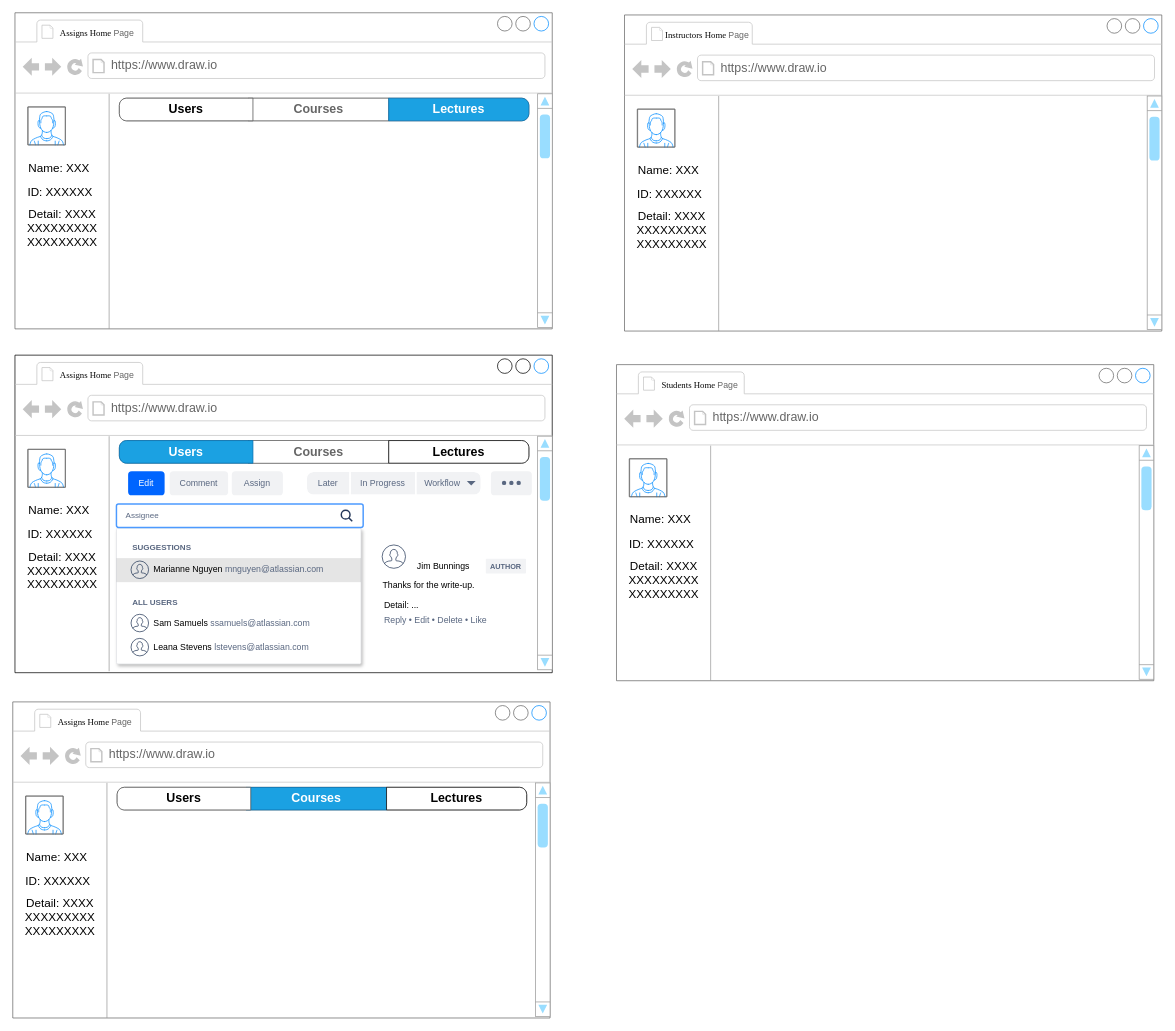
Before: CW1-Assigns.drawio in Echo-xin/Echo-xin, a draw.io diagram. Source tidied: cells renumbered, new cells numbered last; positions are measured from the earlier drawing's top-left corner, leaving out a move shared by most shapes. Both pictures are drawn from the tidied source at 73%, with x=0, y=0 at pixel (12, 12).
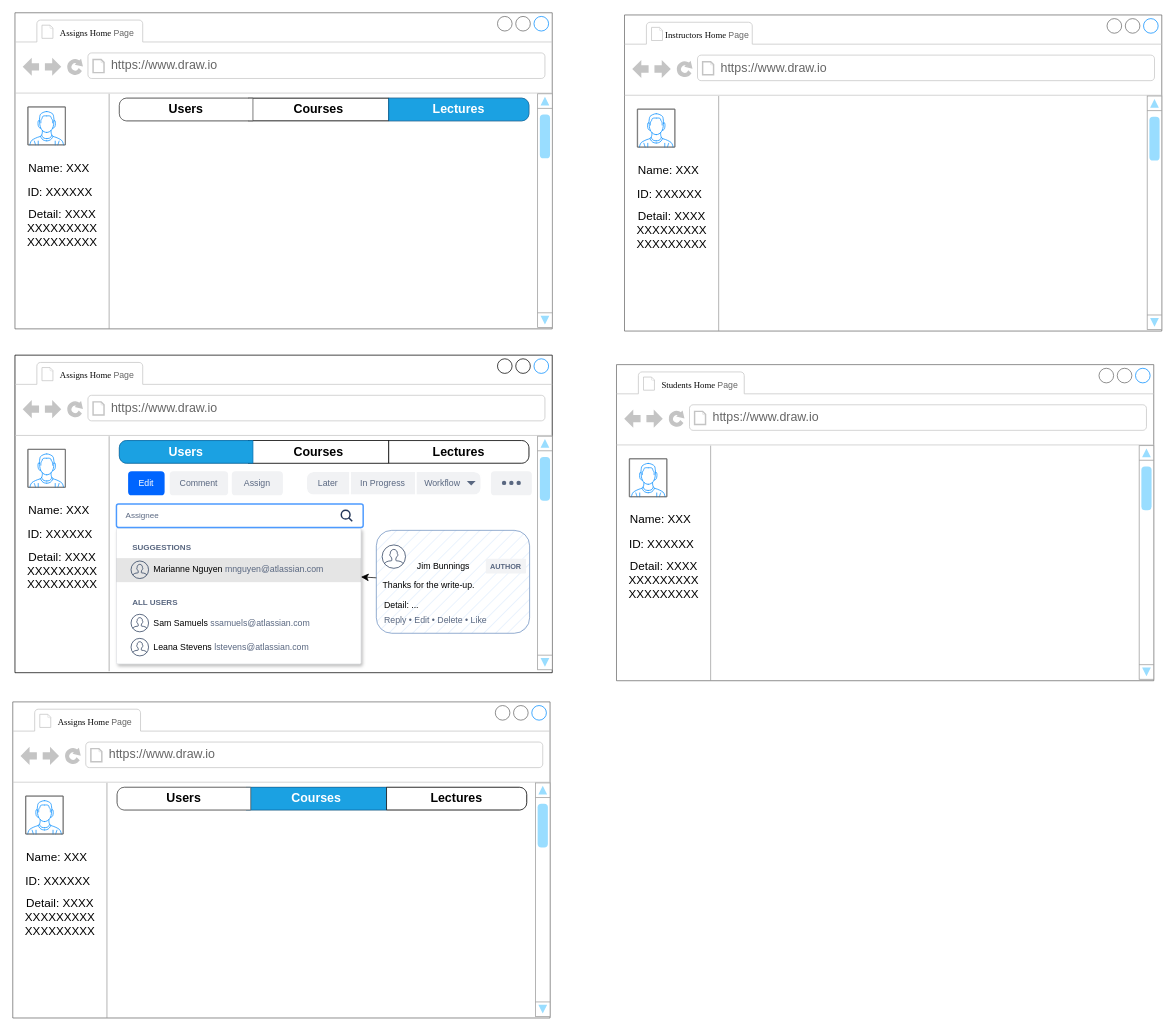
The same diagram, later.

Unchanged cells that the change refers to:
```xml
<mxCell id="11" style="strokeWidth=1;shadow=0;dashed=0;align=center;html=1;shape=mxgraph.mockup.rrect;rSize=10;fillColor=#ffffff;strokeColor=#666666;" parent="2" vertex="1">
  <mxGeometry x="143" y="117" width="561" height="31" as="geometry" />
</mxCell>
<mxCell id="33" style="strokeWidth=1;shadow=0;dashed=0;align=center;html=1;shape=mxgraph.mockup.containers.browserWindow;rSize=0;strokeColor2=#008cff;strokeColor3=#c4c4c4;mainText=,;" parent="1" vertex="1">
  <mxGeometry x="3" y="469" width="736" height="435" as="geometry" />
</mxCell>
<mxCell id="42" style="strokeWidth=1;shadow=0;dashed=0;align=center;html=1;shape=mxgraph.mockup.rrect;rSize=10;fillColor=#ffffff;strokeColor=#666666;" parent="33" vertex="1">
  <mxGeometry x="143" y="117" width="561" height="31" as="geometry" />
</mxCell>
<mxCell id="67" style="rounded=0;fillColor=#000000;strokeColor=none;html=1;opacity=10;" parent="65" vertex="1">
  <mxGeometry width="335" height="33" relative="1" as="geometry">
    <mxPoint y="41" as="offset" />
  </mxGeometry>
</mxCell>
```

The edit, as a diff of the source:
```diff
@@
-    <mxCell id="12" value="Courses" style="strokeColor=inherit;fillColor=inherit;gradientColor=inherit;strokeWidth=1;shadow=0;dashed=0;align=center;html=1;shape=mxgraph.mockup.rrect;rSize=0;fontSize=17;fontColor=#666666;fontStyle=1;whiteSpace=wrap;" parent="11" vertex="1">
+    <mxCell id="12" value="Courses" style="strokeWidth=1;shadow=0;dashed=0;align=center;html=1;shape=mxgraph.mockup.rrect;rSize=0;fontSize=17;fontStyle=1;whiteSpace=wrap;" parent="11" vertex="1">
       <mxGeometry width="192" height="31" relative="1" as="geometry">
         <mxPoint x="177" as="offset" />
       </mxGeometry>
     </mxCell>
@@
+    <mxCell id="88" style="rounded=1;align=center;fillColor=#dae8fc;strokeColor=#6c8ebf;html=1;whiteSpace=wrap;fontSize=12;fillStyle=hatch;" parent="33" vertex="1">
+      <mxGeometry x="495" y="240" width="210" height="141" as="geometry" />
+    </mxCell>
@@
-    <mxCell id="43" value="Courses" style="strokeColor=inherit;fillColor=inherit;gradientColor=inherit;strokeWidth=1;shadow=0;dashed=0;align=center;html=1;shape=mxgraph.mockup.rrect;rSize=0;fontSize=17;fontColor=#666666;fontStyle=1;whiteSpace=wrap;" parent="42" vertex="1">
+    <mxCell id="43" value="Courses" style="strokeWidth=1;shadow=0;dashed=0;align=center;html=1;shape=mxgraph.mockup.rrect;rSize=0;fontSize=17;fontStyle=1;whiteSpace=wrap;" parent="42" vertex="1">
       <mxGeometry width="192" height="31" relative="1" as="geometry">
         <mxPoint x="177" as="offset" />
       </mxGeometry>
     </mxCell>
@@
+    <mxCell id="89" style="edgeStyle=none;jettySize=auto;html=1;rounded=0;fontSize=12;startSize=8;endSize=8;curved=1;" parent="33" edge="1" target="67">
+      <mxGeometry relative="1" as="geometry">
+        <mxPoint x="495" y="305" as="sourcePoint" />
+      </mxGeometry>
+    </mxCell>
```
